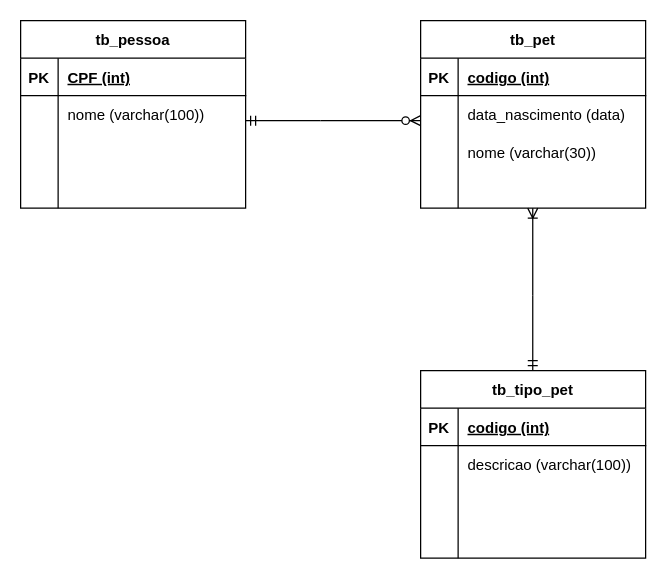
This is Untitled Diagram.drawio from PedroHsLox/aulabdd, a draw.io file, before an edit. Source tidied: cells renumbered, new cells numbered last; positions are measured from the earlier drawing's top-left corner, leaving out a move shared by most shapes. Both pictures are drawn from the tidied source at 125%, with x=0, y=0 at pixel (20, 20).
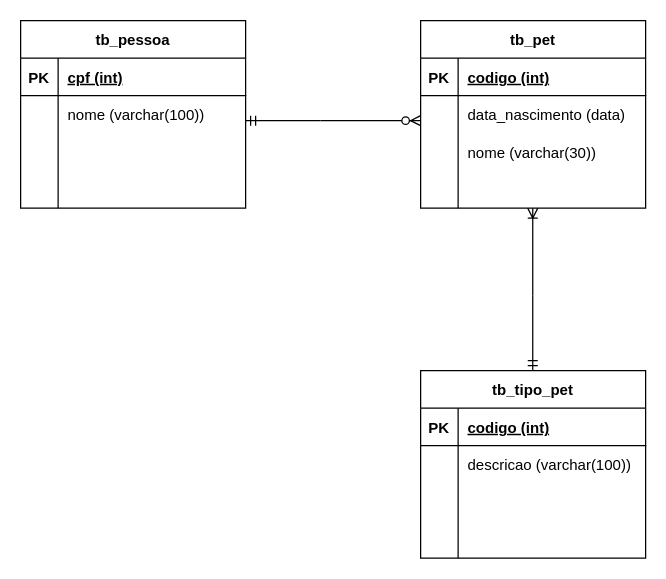
Above is the later version.

Unchanged cells that the change refers to:
```xml
<mxCell id="3" style="shape=tableRow;horizontal=0;startSize=0;swimlaneHead=0;swimlaneBody=0;fillColor=none;top=0;left=0;right=0;bottom=1;" parent="2" vertex="1">
  <mxGeometry y="30" width="180" height="30" as="geometry" />
</mxCell>
```

Change to the diagram source:
```diff
@@
-    <mxCell id="5" value="CPF (int)" style="shape=partialRectangle;fillColor=none;top=0;left=0;bottom=0;right=0;align=left;spacingLeft=6;fontStyle=5;overflow=hidden;" parent="3" vertex="1">
+    <mxCell id="5" value="cpf (int)" style="shape=partialRectangle;fillColor=none;top=0;left=0;bottom=0;right=0;align=left;spacingLeft=6;fontStyle=5;overflow=hidden;" parent="3" vertex="1">
       <mxGeometry x="30" width="150" height="30" as="geometry" />
     </mxCell>
```
